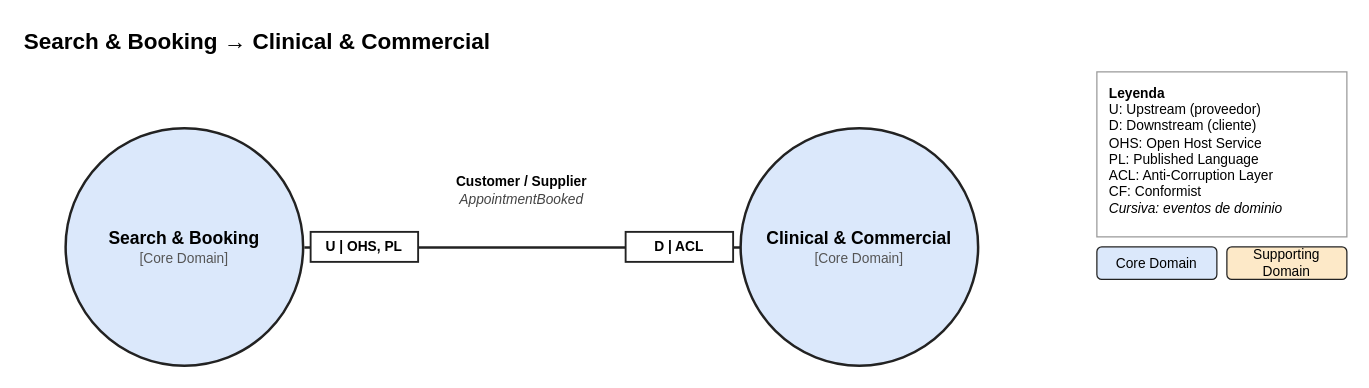
The draw.io diagram assets/cap2/context-mapping/source/context-map-1-search-booking-clinical.drawio in BL-App-Movil-1ACC0238-2620-4951/Logix-OptiFlow-Report, before the edit. Source tidied: cells renumbered, new cells numbered last; positions are measured from the earlier drawing's top-left corner, leaving out a move shared by most shapes. Both pictures are drawn from the tidied source at 125%, with x=0, y=0 at pixel (21, 21).
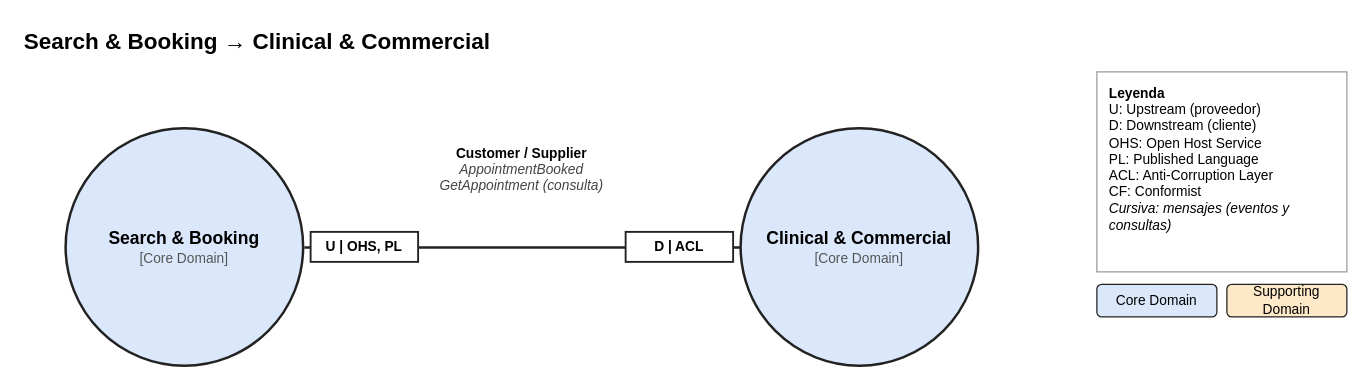
The same diagram, later.

What changed in the source:
```diff
@@
 <mxGraphModel background="#ffffff">
   <root>
     <mxCell id="0" />
     <mxCell id="1" parent="0" />
     <mxCell id="2" value="Search &amp; Booking → Clinical &amp; Commercial" style="text;html=1;align=left;verticalAlign=middle;fontSize=18;fontStyle=1;" parent="1" vertex="1">
       <mxGeometry width="900" height="32" as="geometry" />
     </mxCell>
     <mxCell id="3" value="&lt;b style=&quot;font-size:14px&quot;&gt;Search &amp;amp; Booking&lt;/b&gt;&lt;br&gt;&lt;span style=&quot;font-size:11px;color:#555555&quot;&gt;[Core Domain]&lt;/span&gt;" style="ellipse;whiteSpace=wrap;html=1;fillColor=#dbe8fb;strokeColor=#222222;strokeWidth=2;" parent="1" vertex="1">
       <mxGeometry x="35" y="85" width="190" height="190" as="geometry" />
     </mxCell>
     <mxCell id="4" value="&lt;b style=&quot;font-size:14px&quot;&gt;Clinical &amp;amp; Commercial&lt;/b&gt;&lt;br&gt;&lt;span style=&quot;font-size:11px;color:#555555&quot;&gt;[Core Domain]&lt;/span&gt;" style="ellipse;whiteSpace=wrap;html=1;fillColor=#dbe8fb;strokeColor=#222222;strokeWidth=2;" parent="1" vertex="1">
       <mxGeometry x="575" y="85" width="190" height="190" as="geometry" />
     </mxCell>
     <mxCell id="5" style="text;" parent="1" vertex="1">
       <mxGeometry x="225" y="180" width="1" height="1" as="geometry" />
     </mxCell>
     <mxCell id="6" style="text;" parent="1" vertex="1">
       <mxGeometry x="575" y="180" width="1" height="1" as="geometry" />
     </mxCell>
     <mxCell id="7" style="endArrow=none;html=1;strokeWidth=2;strokeColor=#222222;" parent="1" edge="1" source="5" target="6">
       <mxGeometry relative="1" as="geometry" />
     </mxCell>
     <mxCell id="8" value="U | OHS, PL" style="rounded=0;whiteSpace=wrap;html=1;fillColor=#ffffff;strokeColor=#222222;strokeWidth=1.5;fontSize=11;fontStyle=1;" parent="1" vertex="1">
       <mxGeometry x="231" y="168" width="86" height="24" as="geometry" />
     </mxCell>
     <mxCell id="9" value="D | ACL" style="rounded=0;whiteSpace=wrap;html=1;fillColor=#ffffff;strokeColor=#222222;strokeWidth=1.5;fontSize=11;fontStyle=1;" parent="1" vertex="1">
       <mxGeometry x="483" y="168" width="86" height="24" as="geometry" />
     </mxCell>
-    <mxCell id="10" value="&lt;b&gt;Customer / Supplier&lt;/b&gt;&lt;br&gt;&lt;i style=&quot;color:#444444&quot;&gt;AppointmentBooked&lt;/i&gt;" style="text;html=1;align=center;verticalAlign=middle;fontSize=11;whiteSpace=wrap;" parent="1" vertex="1">
-      <mxGeometry x="315" y="103" width="170" height="64" as="geometry" />
+    <mxCell id="10" value="&lt;b&gt;Customer / Supplier&lt;/b&gt;&lt;br&gt;&lt;i style=&quot;color:#444444&quot;&gt;AppointmentBooked&lt;br&gt;GetAppointment (consulta)&lt;/i&gt;" style="text;html=1;align=center;verticalAlign=middle;fontSize=11;whiteSpace=wrap;" parent="1" vertex="1">
+      <mxGeometry x="315" y="86" width="170" height="64" as="geometry" />
     </mxCell>
-    <mxCell id="11" value="&lt;b&gt;Leyenda&lt;/b&gt;&lt;br&gt;U: Upstream (proveedor)&lt;br&gt;D: Downstream (cliente)&lt;br&gt;OHS: Open Host Service&lt;br&gt;PL: Published Language&lt;br&gt;ACL: Anti-Corruption Layer&lt;br&gt;CF: Conformist&lt;br&gt;&lt;i&gt;Cursiva: eventos de dominio&lt;/i&gt;" style="rounded=0;whiteSpace=wrap;html=1;fillColor=#ffffff;strokeColor=#999999;align=left;verticalAlign=top;spacingLeft=8;spacingTop=4;fontSize=11;" parent="1" vertex="1">
-      <mxGeometry x="860" y="40" width="200" height="132" as="geometry" />
+    <mxCell id="11" value="&lt;b&gt;Leyenda&lt;/b&gt;&lt;br&gt;U: Upstream (proveedor)&lt;br&gt;D: Downstream (cliente)&lt;br&gt;OHS: Open Host Service&lt;br&gt;PL: Published Language&lt;br&gt;ACL: Anti-Corruption Layer&lt;br&gt;CF: Conformist&lt;br&gt;&lt;i&gt;Cursiva: mensajes (eventos y consultas)&lt;/i&gt;" style="rounded=0;whiteSpace=wrap;html=1;fillColor=#ffffff;strokeColor=#999999;align=left;verticalAlign=top;spacingLeft=8;spacingTop=4;fontSize=11;" parent="1" vertex="1">
+      <mxGeometry x="860" y="40" width="200" height="160" as="geometry" />
     </mxCell>
     <mxCell id="12" value="Core Domain" style="rounded=1;whiteSpace=wrap;html=1;fillColor=#dbe8fb;strokeColor=#222222;fontSize=11;" parent="1" vertex="1">
-      <mxGeometry x="860" y="180" width="96" height="26" as="geometry" />
+      <mxGeometry x="860" y="210" width="96" height="26" as="geometry" />
     </mxCell>
     <mxCell id="13" value="Supporting Domain" style="rounded=1;whiteSpace=wrap;html=1;fillColor=#fde9c8;strokeColor=#222222;fontSize=11;" parent="1" vertex="1">
-      <mxGeometry x="964" y="180" width="96" height="26" as="geometry" />
+      <mxGeometry x="964" y="210" width="96" height="26" as="geometry" />
     </mxCell>
   </root>
 </mxGraphModel>
```
